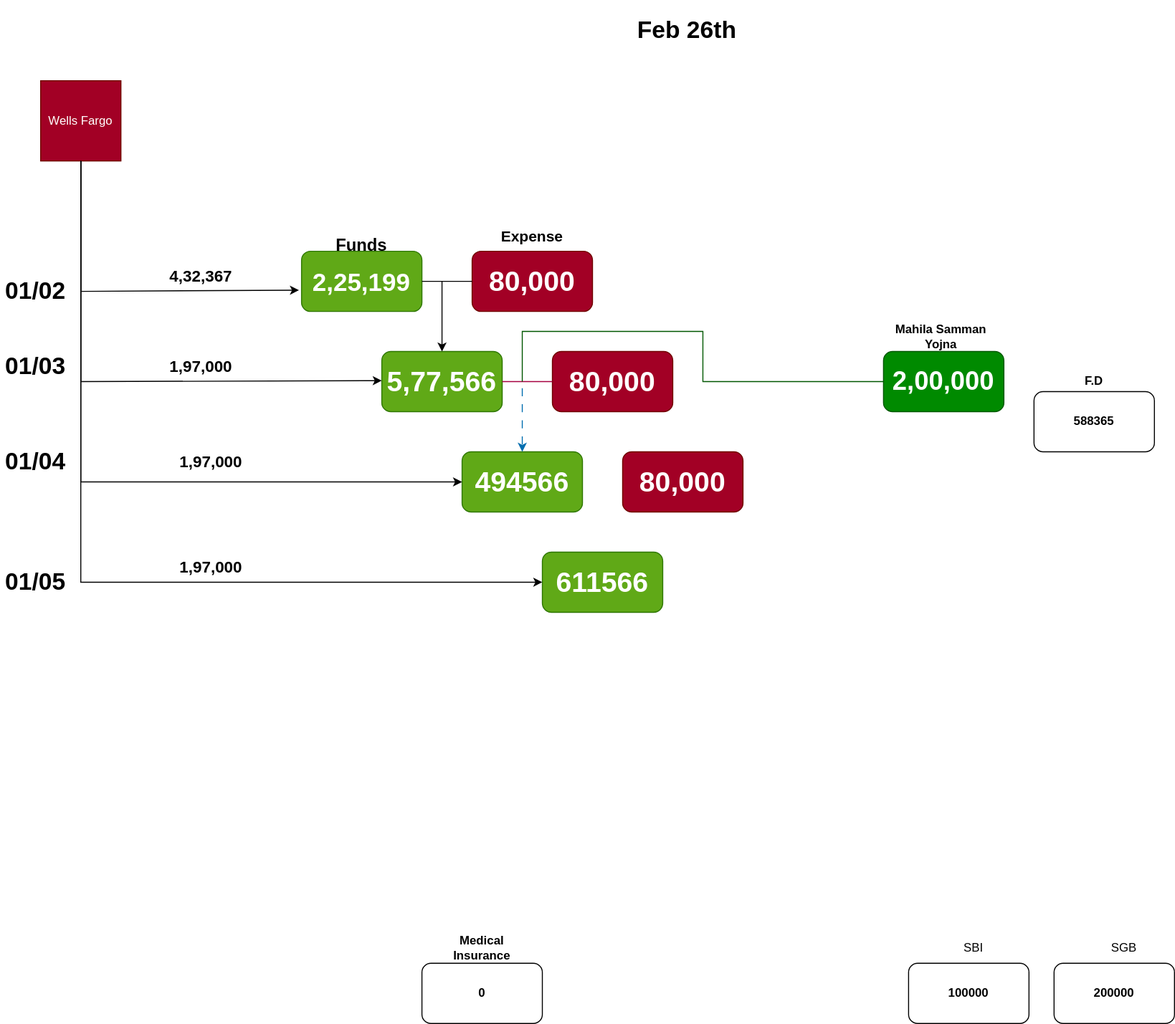
The draw.io diagram Investments.drawio.svg in uchiharizvi/design-diagrams, before a commit. Source tidied: cells renumbered, new cells last; positions are measured from the earlier drawing's top-left corner, leaving out a move shared by most shapes.
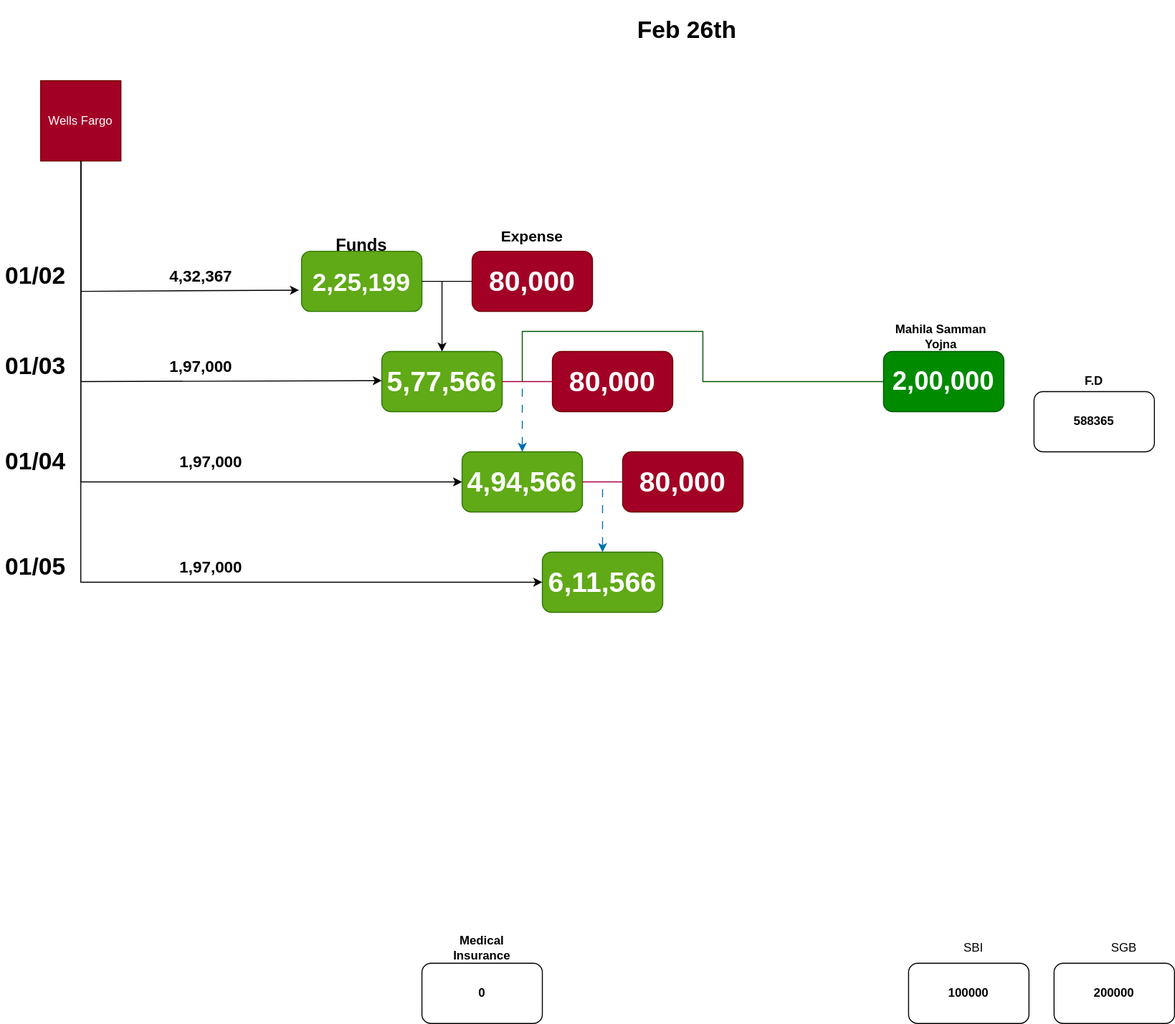
Above is the later version.

What changed in the source:
```diff
@@ -67,7 +67,7 @@
       <mxGeometry y="335" width="70" height="40" as="geometry" />
     </mxCell>
     <mxCell id="22" value="&lt;h1&gt;01/02&lt;/h1&gt;" style="text;html=1;spacing=5;spacingTop=-20;whiteSpace=wrap;overflow=hidden;rounded=0;" parent="1" vertex="1">
-      <mxGeometry y="260" width="70" height="40" as="geometry" />
+      <mxGeometry y="245" width="70" height="40" as="geometry" />
     </mxCell>
     <mxCell id="23" style="endArrow=classic;html=1;rounded=0;entryX=0.5;entryY=0;entryDx=0;entryDy=0;" parent="1" edge="1" target="20">
       <mxGeometry relative="1" as="geometry">
@@ -77,7 +77,7 @@
     <mxCell id="24" value="&lt;font style=&quot;font-size: 28px;&quot;&gt;80,000&lt;/font&gt;" style="rounded=1;whiteSpace=wrap;html=1;fontStyle=1;fillColor=#a20025;fontColor=#ffffff;strokeColor=#6F0000;" parent="1" vertex="1">
       <mxGeometry x="550" y="340" width="120" height="60" as="geometry" />
     </mxCell>
-    <mxCell id="25" value="&lt;font style=&quot;font-size: 28px;&quot;&gt;494566&lt;/font&gt;" style="rounded=1;whiteSpace=wrap;html=1;fontStyle=1;fillColor=#60a917;fontColor=#ffffff;strokeColor=#2D7600;" parent="1" vertex="1">
+    <mxCell id="25" value="&lt;font style=&quot;font-size: 28px;&quot;&gt;4,94,566&lt;/font&gt;" style="rounded=1;whiteSpace=wrap;html=1;fontStyle=1;fillColor=#60a917;fontColor=#ffffff;strokeColor=#2D7600;" parent="1" vertex="1">
       <mxGeometry x="460" y="440" width="120" height="60" as="geometry" />
     </mxCell>
     <mxCell id="26" style="endArrow=classic;html=1;rounded=0;exitX=0.5;exitY=1;exitDx=0;exitDy=0;entryX=0;entryY=0.5;entryDx=0;entryDy=0;" parent="1" edge="1" source="11" target="25">
@@ -96,11 +96,11 @@
     <mxCell id="29" value="&lt;font style=&quot;font-size: 28px;&quot;&gt;80,000&lt;/font&gt;" style="rounded=1;whiteSpace=wrap;html=1;fontStyle=1;fillColor=#a20025;fontColor=#ffffff;strokeColor=#6F0000;" parent="1" vertex="1">
       <mxGeometry x="620" y="440" width="120" height="60" as="geometry" />
     </mxCell>
-    <mxCell id="30" value="&lt;font style=&quot;font-size: 28px;&quot;&gt;611566&lt;/font&gt;" style="rounded=1;whiteSpace=wrap;html=1;fontStyle=1;fillColor=#60a917;fontColor=#ffffff;strokeColor=#2D7600;" parent="1" vertex="1">
+    <mxCell id="30" value="&lt;font style=&quot;font-size: 28px;&quot;&gt;6,11,566&lt;/font&gt;" style="rounded=1;whiteSpace=wrap;html=1;fontStyle=1;fillColor=#60a917;fontColor=#ffffff;strokeColor=#2D7600;" parent="1" vertex="1">
       <mxGeometry x="540" y="540" width="120" height="60" as="geometry" />
     </mxCell>
     <mxCell id="31" value="&lt;h1&gt;01/05&lt;/h1&gt;" style="text;html=1;spacing=5;spacingTop=-20;whiteSpace=wrap;overflow=hidden;rounded=0;" parent="1" vertex="1">
-      <mxGeometry y="550" width="110" height="40" as="geometry" />
+      <mxGeometry y="535" width="110" height="40" as="geometry" />
     </mxCell>
     <mxCell id="32" style="endArrow=none;html=1;rounded=0;exitX=1;exitY=0.5;exitDx=0;exitDy=0;entryX=0;entryY=0.5;entryDx=0;entryDy=0;fillColor=#d80073;strokeColor=#A50040;" parent="1" edge="1" source="20" target="24">
       <mxGeometry relative="1" as="geometry" />
@@ -147,5 +147,14 @@
     <mxCell id="39" value="&lt;font style=&quot;font-size: 16px;&quot;&gt;4,32,367&lt;/font&gt;" style="text;html=1;align=center;verticalAlign=middle;whiteSpace=wrap;rounded=0;fontStyle=1;" parent="1" vertex="1">
       <mxGeometry x="170" y="250" width="60" height="30" as="geometry" />
     </mxCell>
+    <mxCell id="40" style="endArrow=none;html=1;rounded=0;startArrow=classic;startFill=1;flowAnimation=1;orthogonalLoop=1;fillColor=#1ba1e2;strokeColor=#006EAF;" parent="1" edge="1">
+      <mxGeometry relative="1" as="geometry">
+        <mxPoint x="600" y="540" as="sourcePoint" />
+        <mxPoint x="600" y="470" as="targetPoint" />
+      </mxGeometry>
+    </mxCell>
+    <mxCell id="41" style="endArrow=none;html=1;rounded=0;exitX=1;exitY=0.5;exitDx=0;exitDy=0;fillColor=#d80073;strokeColor=#A50040;entryX=0;entryY=0.5;entryDx=0;entryDy=0;" parent="1" edge="1" source="25" target="29">
+      <mxGeometry relative="1" as="geometry" />
+    </mxCell>
   </root>
 </mxGraphModel>
```
